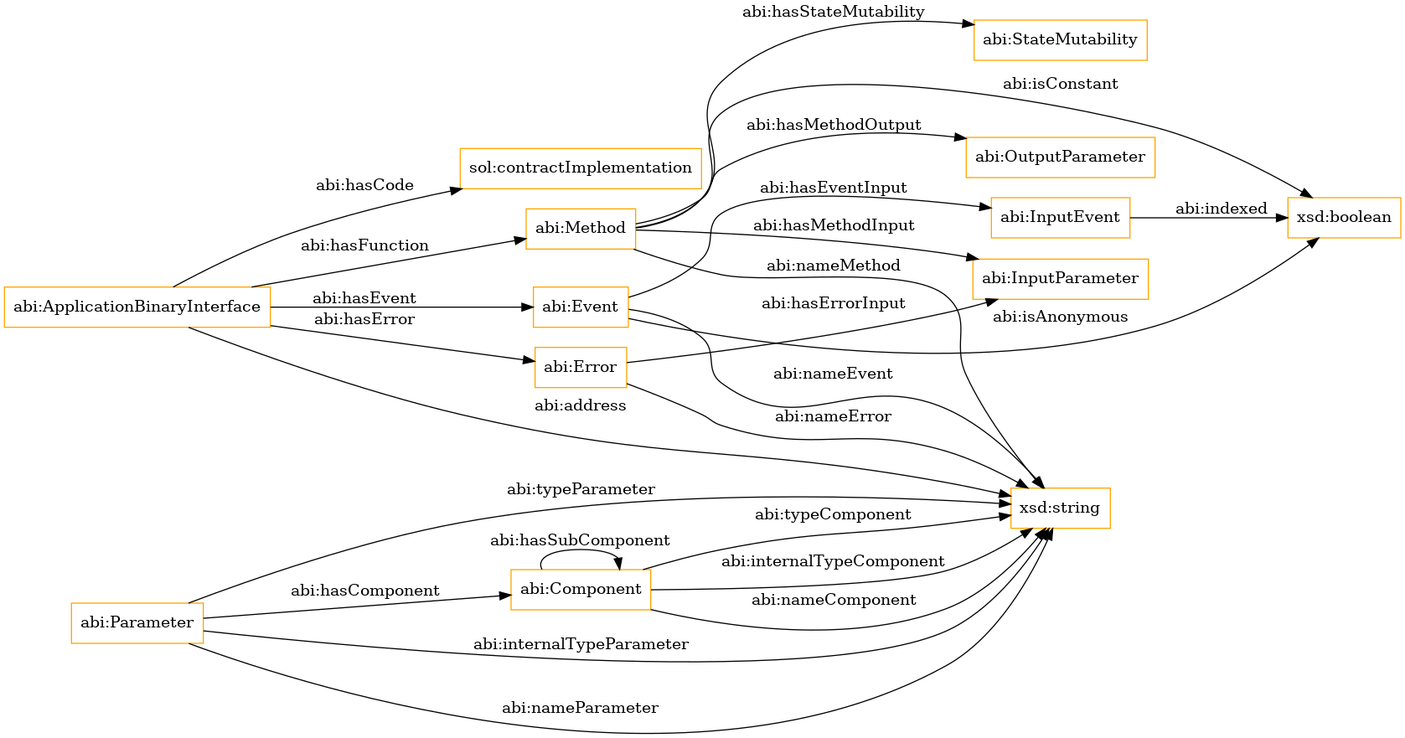
oeg-upm/Solidity-ABI-ontology keeps this Graphviz diagram as OnToology/Ontology/ontology.ttl/diagrams/ar2dtool-class/ontology.ttl.png. Above is the earlier version. Its source is kept beside it as OnToology/Ontology/ontology.ttl/diagrams/ar2dtool-class/ontology.ttl.png.dot.
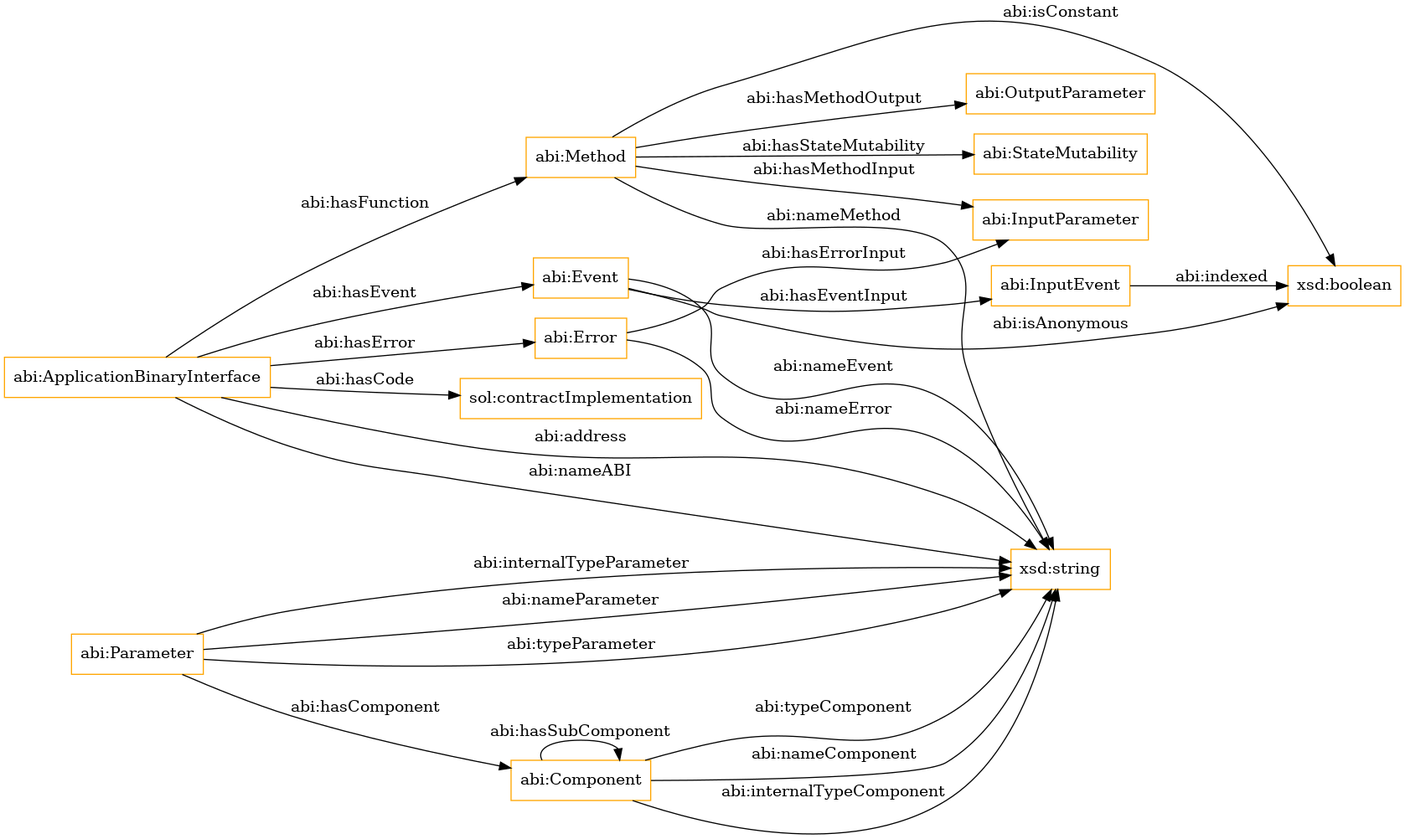
The same file after the commit.

The edit, as a diff of the source:
```diff
@@ -3,28 +3,29 @@
 size="1501"
 node [shape = rectangle, color="orange"]; "abi:ApplicationBinaryInterface" "abi:Parameter" "abi:OutputParameter" "abi:Method" "abi:Event" "abi:StateMutability" "abi:InputEvent" "abi:Error" "sol:contractImplementation" "abi:Component" "abi:InputParameter" ; /*classes style*/
 	"abi:Method" -> "xsd:string" [ label = "abi:nameMethod" ];
-	"abi:Method" -> "xsd:boolean" [ label = "abi:isConstant" ];
-	"abi:ApplicationBinaryInterface" -> "abi:Method" [ label = "abi:hasFunction" ];
-	"abi:ApplicationBinaryInterface" -> "sol:contractImplementation" [ label = "abi:hasCode" ];
 	"abi:Event" -> "xsd:boolean" [ label = "abi:isAnonymous" ];
-	"abi:Parameter" -> "abi:Component" [ label = "abi:hasComponent" ];
 	"abi:Parameter" -> "xsd:string" [ label = "abi:internalTypeParameter" ];
 	"abi:Method" -> "abi:InputParameter" [ label = "abi:hasMethodInput" ];
-	"abi:ApplicationBinaryInterface" -> "xsd:string" [ label = "abi:address" ];
 	"abi:Error" -> "xsd:string" [ label = "abi:nameError" ];
 	"abi:ApplicationBinaryInterface" -> "abi:Event" [ label = "abi:hasEvent" ];
 	"abi:Parameter" -> "xsd:string" [ label = "abi:nameParameter" ];
 	"abi:Component" -> "abi:Component" [ label = "abi:hasSubComponent" ];
+	"abi:Error" -> "abi:InputParameter" [ label = "abi:hasErrorInput" ];
+	"abi:Component" -> "xsd:string" [ label = "abi:typeComponent" ];
+	"abi:Method" -> "xsd:boolean" [ label = "abi:isConstant" ];
+	"abi:ApplicationBinaryInterface" -> "abi:Method" [ label = "abi:hasFunction" ];
+	"abi:ApplicationBinaryInterface" -> "sol:contractImplementation" [ label = "abi:hasCode" ];
+	"abi:Parameter" -> "abi:Component" [ label = "abi:hasComponent" ];
+	"abi:ApplicationBinaryInterface" -> "xsd:string" [ label = "abi:address" ];
 	"abi:Component" -> "xsd:string" [ label = "abi:nameComponent" ];
 	"abi:Method" -> "abi:OutputParameter" [ label = "abi:hasMethodOutput" ];
-	"abi:Error" -> "abi:InputParameter" [ label = "abi:hasErrorInput" ];
 	"abi:Method" -> "abi:StateMutability" [ label = "abi:hasStateMutability" ];
 	"abi:InputEvent" -> "xsd:boolean" [ label = "abi:indexed" ];
 	"abi:Event" -> "abi:InputEvent" [ label = "abi:hasEventInput" ];
 	"abi:Parameter" -> "xsd:string" [ label = "abi:typeParameter" ];
 	"abi:ApplicationBinaryInterface" -> "abi:Error" [ label = "abi:hasError" ];
-	"abi:Component" -> "xsd:string" [ label = "abi:typeComponent" ];
 	"abi:Component" -> "xsd:string" [ label = "abi:internalTypeComponent" ];
 	"abi:Event" -> "xsd:string" [ label = "abi:nameEvent" ];
+	"abi:ApplicationBinaryInterface" -> "xsd:string" [ label = "abi:nameABI" ];
 
 }
```
